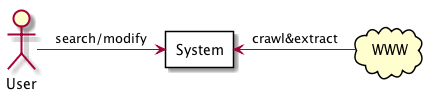
This is sa/uml/process-view-context.png from nanoix9/2019Papers, a PlantUML export, as it was before one commit.
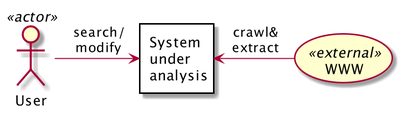
The same file after the commit.

What changed in the source:
```diff
@@ -1,19 +1,21 @@
 @startuml
 
-    actor "User" as Us
+scale 2
 
-rectangle "System" as System {
+    actor "User" as Us  <<actor>>
+
+rectangle "System \nunder \nanalysis" as System {
 }
 
 
-    cloud WWW
+(WWW) <<external>>
 
 
 
 
 
 
-Us -> System: search/modify
-System <- WWW: crawl&extract
+Us -> System: search/\nmodify
+System <- (WWW): crawl&\nextract
 
 @enduml
```
